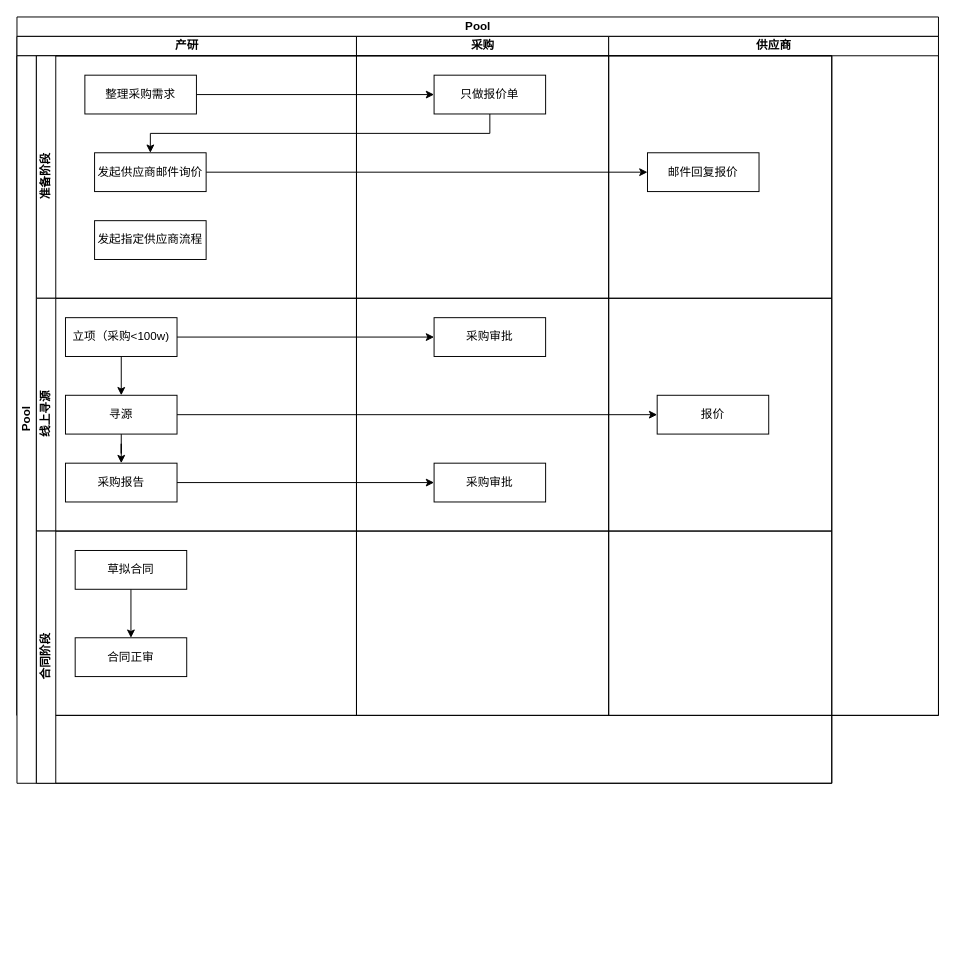
This is baidu_caigou.drawio from jordan808080/draw_files, a draw.io file, before an edit. Source tidied: cells renumbered, new cells numbered last; positions are measured from the earlier drawing's top-left corner, leaving out a move shared by most shapes. Both pictures are drawn from the tidied source at 97%, with x=0, y=0 at pixel (16, 16).
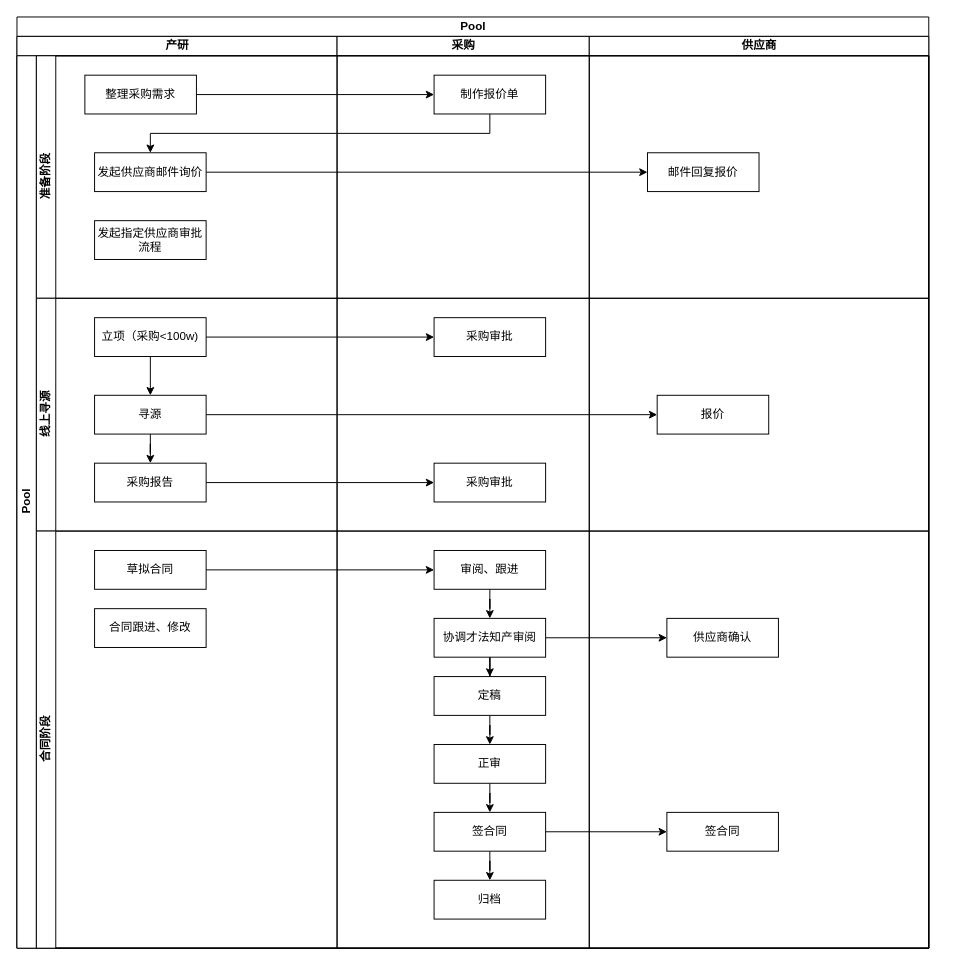
After the change.

Diff of the diagram source:
```diff
@@
     <mxCell id="2" value="Pool" style="swimlane;startSize=20;html=1;" parent="1" vertex="1">
-      <mxGeometry width="950" height="720" as="geometry" />
+      <mxGeometry width="940" height="960" as="geometry" />
     </mxCell>
     <mxCell id="3" value="产研" style="swimlane;startSize=20;html=1;" parent="2" vertex="1">
-      <mxGeometry y="20" width="350" height="700" as="geometry" />
+      <mxGeometry y="20" width="330" height="940" as="geometry" />
     </mxCell>
     <mxCell id="4" value="采购" style="swimlane;startSize=20;html=1;" parent="2" vertex="1">
-      <mxGeometry x="350" y="20" width="260" height="700" as="geometry" />
+      <mxGeometry x="330" y="20" width="260" height="940" as="geometry" />
     </mxCell>
     <mxCell id="5" value="供应商" style="swimlane;startSize=20;html=1;" parent="2" vertex="1">
-      <mxGeometry x="610" y="20" width="340" height="700" as="geometry" />
+      <mxGeometry x="590" y="20" width="350" height="940" as="geometry" />
     </mxCell>
     <mxCell id="6" value="Pool" style="swimlane;horizontal=0;startSize=20;html=1;" parent="1" vertex="1">
-      <mxGeometry y="40" width="840" height="750" as="geometry" />
+      <mxGeometry y="40" width="940" height="920" as="geometry" />
     </mxCell>
     <mxCell id="7" value="准备阶段" style="swimlane;startSize=20;horizontal=0;html=1;" parent="6" vertex="1">
-      <mxGeometry x="20" width="820" height="250" as="geometry" />
+      <mxGeometry x="20" width="920" height="250" as="geometry" />
     </mxCell>
@@
-    <mxCell id="11" value="发起指定供应商流程" style="rounded=0;whiteSpace=wrap;html=1;" parent="7" vertex="1">
+    <mxCell id="11" value="发起指定供应商审批流程" style="rounded=0;whiteSpace=wrap;html=1;" parent="7" vertex="1">
       <mxGeometry x="60" y="170" width="115" height="40" as="geometry" />
     </mxCell>
@@
-    <mxCell id="15" value="只做报价单" style="rounded=0;whiteSpace=wrap;html=1;" parent="7" vertex="1">
+    <mxCell id="15" value="制作报价单" style="rounded=0;whiteSpace=wrap;html=1;" parent="7" vertex="1">
       <mxGeometry x="410" y="20" width="115" height="40" as="geometry" />
     </mxCell>
     <mxCell id="16" value="线上寻源" style="swimlane;startSize=20;horizontal=0;html=1;direction=east;" parent="6" vertex="1">
-      <mxGeometry x="20" y="250" width="820" height="240" as="geometry" />
+      <mxGeometry x="20" y="250" width="920" height="240" as="geometry" />
     </mxCell>
@@
     <mxCell id="19" value="立项（采购&amp;lt;100w)" style="rounded=0;whiteSpace=wrap;html=1;" parent="16" vertex="1">
-      <mxGeometry x="30" y="20" width="115" height="40" as="geometry" />
+      <mxGeometry x="60" y="20" width="115" height="40" as="geometry" />
     </mxCell>
@@
     <mxCell id="22" value="寻源" style="rounded=0;whiteSpace=wrap;html=1;" parent="16" vertex="1">
-      <mxGeometry x="30" y="100" width="115" height="40" as="geometry" />
+      <mxGeometry x="60" y="100" width="115" height="40" as="geometry" />
     </mxCell>
@@
     <mxCell id="24" value="采购报告" style="rounded=0;whiteSpace=wrap;html=1;" parent="16" vertex="1">
-      <mxGeometry x="30" y="170" width="115" height="40" as="geometry" />
+      <mxGeometry x="60" y="170" width="115" height="40" as="geometry" />
     </mxCell>
@@
     <mxCell id="28" value="合同阶段" style="swimlane;startSize=20;horizontal=0;html=1;" parent="6" vertex="1">
-      <mxGeometry x="20" y="490" width="820" height="260" as="geometry" />
+      <mxGeometry x="20" y="490" width="920" height="430" as="geometry" />
     </mxCell>
@@
     <mxCell id="30" value="草拟合同" style="rounded=0;whiteSpace=wrap;html=1;" parent="28" vertex="1">
-      <mxGeometry x="40" y="20" width="115" height="40" as="geometry" />
+      <mxGeometry x="60" y="20" width="115" height="40" as="geometry" />
     </mxCell>
+    <mxCell id="32" style="edgeStyle=orthogonalEdgeStyle;rounded=0;jettySize=auto;html=1;" parent="28" edge="1" source="31" target="35">
+      <mxGeometry relative="1" as="geometry" />
+    </mxCell>
-    <mxCell id="31" value="合同正审" style="rounded=0;whiteSpace=wrap;html=1;" parent="28" vertex="1">
-      <mxGeometry x="40" y="110" width="115" height="40" as="geometry" />
+    <mxCell id="31" value="审阅、跟进" style="rounded=0;whiteSpace=wrap;html=1;" parent="28" vertex="1">
+      <mxGeometry x="410" y="20" width="115" height="40" as="geometry" />
     </mxCell>
+    <mxCell id="33" style="edgeStyle=orthogonalEdgeStyle;rounded=0;jettySize=auto;html=1;" parent="28" edge="1" source="35" target="38">
+      <mxGeometry relative="1" as="geometry" />
+    </mxCell>
+    <mxCell id="34" style="edgeStyle=orthogonalEdgeStyle;rounded=0;jettySize=auto;html=1;" parent="28" edge="1" source="35" target="41">
+      <mxGeometry relative="1" as="geometry" />
+    </mxCell>
+    <mxCell id="35" value="协调才法知产审阅" style="rounded=0;whiteSpace=wrap;html=1;" parent="28" vertex="1">
+      <mxGeometry x="410" y="90" width="115" height="40" as="geometry" />
+    </mxCell>
+    <mxCell id="36" value="合同跟进、修改" style="rounded=0;whiteSpace=wrap;html=1;" parent="28" vertex="1">
+      <mxGeometry x="60" y="80" width="115" height="40" as="geometry" />
+    </mxCell>
+    <mxCell id="37" style="edgeStyle=orthogonalEdgeStyle;rounded=0;jettySize=auto;html=1;" parent="28" edge="1" source="38" target="40">
+      <mxGeometry relative="1" as="geometry" />
+    </mxCell>
+    <mxCell id="38" value="定稿" style="rounded=0;whiteSpace=wrap;html=1;" parent="28" vertex="1">
+      <mxGeometry x="410" y="150" width="115" height="40" as="geometry" />
+    </mxCell>
+    <mxCell id="39" style="edgeStyle=orthogonalEdgeStyle;rounded=0;jettySize=auto;html=1;" parent="28" edge="1" source="40" target="45">
+      <mxGeometry relative="1" as="geometry" />
+    </mxCell>
+    <mxCell id="40" value="正审" style="rounded=0;whiteSpace=wrap;html=1;" parent="28" vertex="1">
+      <mxGeometry x="410" y="220" width="115" height="40" as="geometry" />
+    </mxCell>
+    <mxCell id="41" value="供应商确认" style="rounded=0;whiteSpace=wrap;html=1;" parent="28" vertex="1">
+      <mxGeometry x="650" y="90" width="115" height="40" as="geometry" />
+    </mxCell>
+    <mxCell id="42" value="签合同" style="rounded=0;whiteSpace=wrap;html=1;" parent="28" vertex="1">
+      <mxGeometry x="650" y="290" width="115" height="40" as="geometry" />
+    </mxCell>
+    <mxCell id="43" style="edgeStyle=orthogonalEdgeStyle;rounded=0;jettySize=auto;html=1;entryX=0;entryY=0.5;entryDx=0;entryDy=0;" parent="28" edge="1" source="45" target="42">
+      <mxGeometry relative="1" as="geometry" />
+    </mxCell>
+    <mxCell id="44" style="edgeStyle=orthogonalEdgeStyle;rounded=0;jettySize=auto;html=1;" parent="28" edge="1" source="45" target="46">
+      <mxGeometry relative="1" as="geometry" />
+    </mxCell>
+    <mxCell id="45" value="签合同" style="rounded=0;whiteSpace=wrap;html=1;" parent="28" vertex="1">
+      <mxGeometry x="410" y="290" width="115" height="40" as="geometry" />
+    </mxCell>
+    <mxCell id="46" value="归档" style="rounded=0;whiteSpace=wrap;html=1;" parent="28" vertex="1">
+      <mxGeometry x="410" y="360" width="115" height="40" as="geometry" />
+    </mxCell>
```
